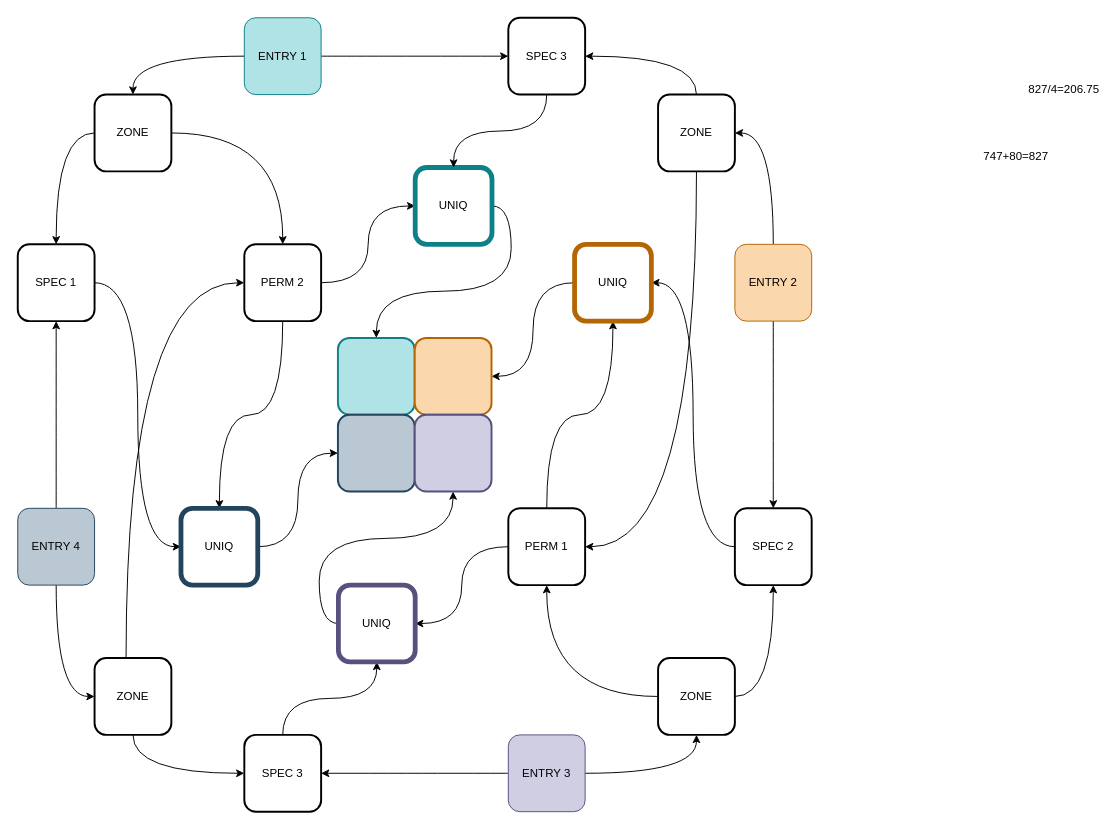
Earlier version of the draw.io diagram __pycache__/Untitled Diagram.drawio (eldritch-bender/OPMech). Source tidied: cells renumbered, new cells numbered last; positions are measured from the earlier drawing's top-left corner, leaving out a move shared by most shapes. Both pictures are drawn from the tidied source at 96%, with x=0, y=0 at pixel (17, 17).
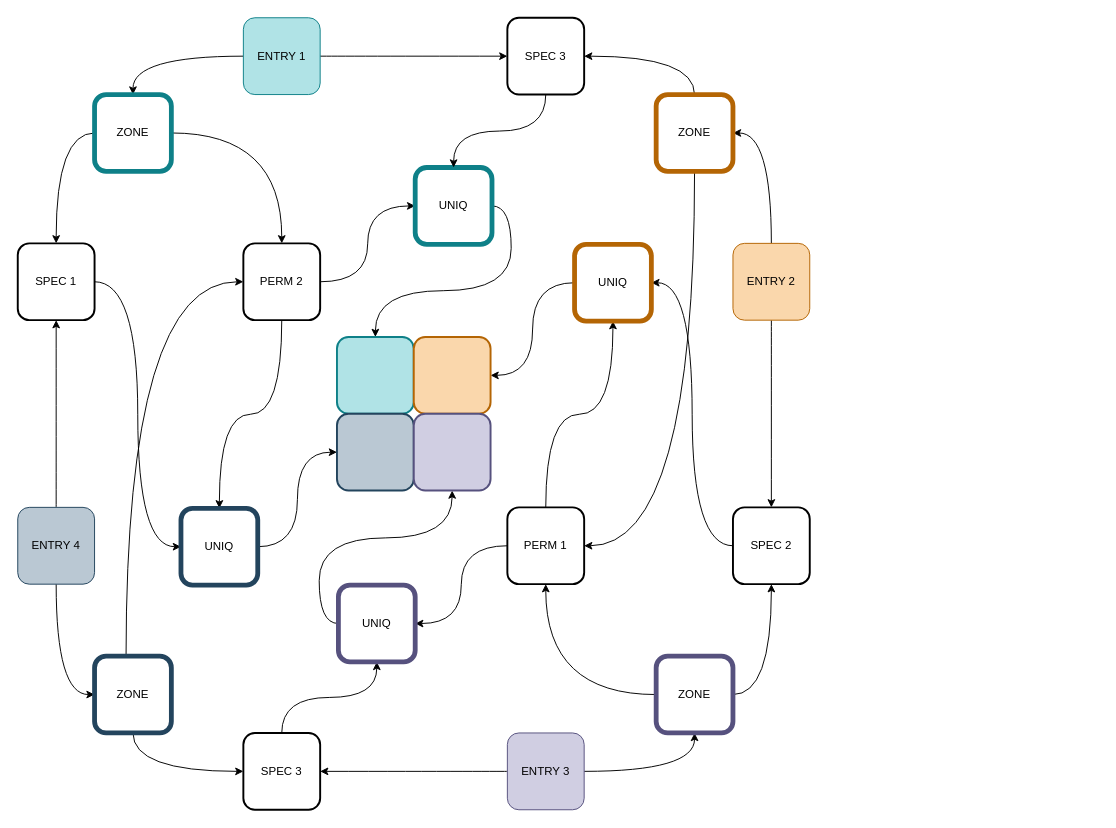
Above is the later version.

Diff of the diagram source:
```diff
@@
     <mxCell id="4" value="ENTRY 1" style="whiteSpace=wrap;html=1;rounded=1;fillColor=#b0e3e6;strokeColor=#0e8088;" parent="1" vertex="1">
-      <mxGeometry x="236" width="80" height="80" as="geometry" />
+      <mxGeometry x="235" width="80" height="80" as="geometry" />
     </mxCell>
@@
     <mxCell id="7" value="ENTRY 2" style="whiteSpace=wrap;html=1;rounded=1;fillColor=#fad7ac;strokeColor=#b46504;" parent="1" vertex="1">
-      <mxGeometry x="747" y="236" width="80" height="80" as="geometry" />
+      <mxGeometry x="745" y="235" width="80" height="80" as="geometry" />
     </mxCell>
@@
     <mxCell id="10" value="ENTRY 3" style="whiteSpace=wrap;html=1;rounded=1;fillColor=#d0cee2;strokeColor=#56517e;" parent="1" vertex="1">
-      <mxGeometry x="511" y="747" width="80" height="80" as="geometry" />
+      <mxGeometry x="510" y="745" width="80" height="80" as="geometry" />
     </mxCell>
@@
     <mxCell id="13" value="ENTRY 4" style="whiteSpace=wrap;html=1;rounded=1;fillColor=#bac8d3;strokeColor=#23445d;" parent="1" vertex="1">
-      <mxGeometry y="511" width="80" height="80" as="geometry" />
+      <mxGeometry y="510" width="80" height="80" as="geometry" />
     </mxCell>
@@
-    <mxCell id="16" value="ZONE" style="whiteSpace=wrap;html=1;rounded=1;strokeColor=default;strokeWidth=2;" parent="1" vertex="1">
+    <mxCell id="16" value="ZONE" style="whiteSpace=wrap;html=1;rounded=1;strokeColor=#0e8088;strokeWidth=5;fillColor=none;" parent="1" vertex="1">
       <mxGeometry x="80" y="80" width="80" height="80" as="geometry" />
     </mxCell>
@@
-    <mxCell id="19" value="ZONE" style="whiteSpace=wrap;html=1;rounded=1;strokeWidth=2;" parent="1" vertex="1">
-      <mxGeometry x="667" y="80" width="80" height="80" as="geometry" />
+    <mxCell id="19" value="ZONE" style="whiteSpace=wrap;html=1;rounded=1;strokeWidth=5;fillColor=none;strokeColor=#b46504;" parent="1" vertex="1">
+      <mxGeometry x="665" y="80" width="80" height="80" as="geometry" />
     </mxCell>
@@
-    <mxCell id="22" value="ZONE" style="whiteSpace=wrap;html=1;rounded=1;strokeWidth=2;" parent="1" vertex="1">
-      <mxGeometry x="667" y="667" width="80" height="80" as="geometry" />
+    <mxCell id="22" value="ZONE" style="whiteSpace=wrap;html=1;rounded=1;strokeWidth=5;fillColor=none;strokeColor=#56517e;" parent="1" vertex="1">
+      <mxGeometry x="665" y="665" width="80" height="80" as="geometry" />
     </mxCell>
@@
-    <mxCell id="25" value="ZONE" style="whiteSpace=wrap;html=1;rounded=1;strokeWidth=2;" parent="1" vertex="1">
-      <mxGeometry x="80" y="667" width="80" height="80" as="geometry" />
+    <mxCell id="25" value="ZONE" style="whiteSpace=wrap;html=1;rounded=1;strokeWidth=5;fillColor=none;strokeColor=#23445d;" parent="1" vertex="1">
+      <mxGeometry x="80" y="665" width="80" height="80" as="geometry" />
     </mxCell>
@@
     <mxCell id="27" value="SPEC 2" style="whiteSpace=wrap;html=1;rounded=1;strokeWidth=2;" parent="1" vertex="1">
-      <mxGeometry x="747" y="511" width="80" height="80" as="geometry" />
+      <mxGeometry x="745" y="510" width="80" height="80" as="geometry" />
     </mxCell>
@@
     <mxCell id="30" value="PERM 1" style="whiteSpace=wrap;html=1;rounded=1;strokeWidth=2;" parent="1" vertex="1">
-      <mxGeometry x="511" y="511" width="80" height="80" as="geometry" />
+      <mxGeometry x="510" y="510" width="80" height="80" as="geometry" />
     </mxCell>
@@
     <mxCell id="34" value="SPEC 3" style="whiteSpace=wrap;html=1;rounded=1;strokeWidth=2;" parent="1" vertex="1">
-      <mxGeometry x="236" y="747" width="80" height="80" as="geometry" />
+      <mxGeometry x="235" y="745" width="80" height="80" as="geometry" />
     </mxCell>
@@
     <mxCell id="37" value="PERM 2" style="whiteSpace=wrap;html=1;rounded=1;strokeWidth=2;" parent="1" vertex="1">
-      <mxGeometry x="236" y="236" width="80" height="80" as="geometry" />
+      <mxGeometry x="235" y="235" width="80" height="80" as="geometry" />
     </mxCell>
@@
     <mxCell id="39" value="SPEC 1" style="whiteSpace=wrap;html=1;rounded=1;strokeWidth=2;" parent="1" vertex="1">
-      <mxGeometry y="236" width="80" height="80" as="geometry" />
+      <mxGeometry y="235" width="80" height="80" as="geometry" />
     </mxCell>
@@
     <mxCell id="45" value="SPEC 3" style="whiteSpace=wrap;html=1;rounded=1;strokeWidth=2;" parent="1" vertex="1">
-      <mxGeometry x="511" width="80" height="80" as="geometry" />
+      <mxGeometry x="510" width="80" height="80" as="geometry" />
     </mxCell>
@@
     <mxCell id="48" style="group;" parent="1" vertex="1">
-      <mxGeometry x="333.5" y="333.5" width="160" height="160" as="geometry" />
+      <mxGeometry x="332.5" y="332.5" width="160" height="160" as="geometry" />
     </mxCell>
+    <mxCell id="55" style="group;" parent="48" vertex="1">
+      <mxGeometry width="160" height="160" as="geometry" />
+    </mxCell>
-    <mxCell id="49" style="whiteSpace=wrap;html=1;rounded=1;strokeWidth=2;fillColor=#b0e3e6;strokeColor=#0e8088;" parent="48" vertex="1">
+    <mxCell id="49" style="whiteSpace=wrap;html=1;rounded=1;strokeWidth=2;fillColor=#b0e3e6;strokeColor=#0e8088;" parent="55" vertex="1">
       <mxGeometry width="80" height="80" as="geometry" />
     </mxCell>
-    <mxCell id="50" style="whiteSpace=wrap;html=1;rounded=1;strokeWidth=2;fillColor=#fad7ac;strokeColor=#b46504;" parent="48" vertex="1">
+    <mxCell id="50" style="whiteSpace=wrap;html=1;rounded=1;strokeWidth=2;fillColor=#fad7ac;strokeColor=#b46504;" parent="55" vertex="1">
       <mxGeometry x="80" width="80" height="80" as="geometry" />
     </mxCell>
-    <mxCell id="51" style="whiteSpace=wrap;html=1;rounded=1;strokeWidth=2;fillColor=#bac8d3;strokeColor=#23445d;" parent="48" vertex="1">
+    <mxCell id="51" style="whiteSpace=wrap;html=1;rounded=1;strokeWidth=2;fillColor=#bac8d3;strokeColor=#23445d;" parent="55" vertex="1">
       <mxGeometry y="80" width="80" height="80" as="geometry" />
     </mxCell>
-    <mxCell id="52" style="whiteSpace=wrap;html=1;rounded=1;strokeWidth=2;fillColor=#d0cee2;strokeColor=#56517e;" parent="48" vertex="1">
+    <mxCell id="52" style="whiteSpace=wrap;html=1;rounded=1;strokeWidth=2;fillColor=#d0cee2;strokeColor=#56517e;" parent="55" vertex="1">
       <mxGeometry x="80" y="80" width="80" height="80" as="geometry" />
     </mxCell>
-    <mxCell id="53" value="747+80=827" style="text;html=1;strokeColor=none;fillColor=none;align=center;verticalAlign=middle;whiteSpace=wrap;rounded=0;strokeWidth=5;" parent="1" vertex="1">
-      <mxGeometry x="1010" y="130" width="60" height="30" as="geometry" />
-    </mxCell>
-    <mxCell id="54" value="827/4=206.75" style="text;html=1;strokeColor=none;fillColor=none;align=center;verticalAlign=middle;whiteSpace=wrap;rounded=0;strokeWidth=5;" parent="1" vertex="1">
-      <mxGeometry x="1060" y="60" width="60" height="30" as="geometry" />
-    </mxCell>
```
